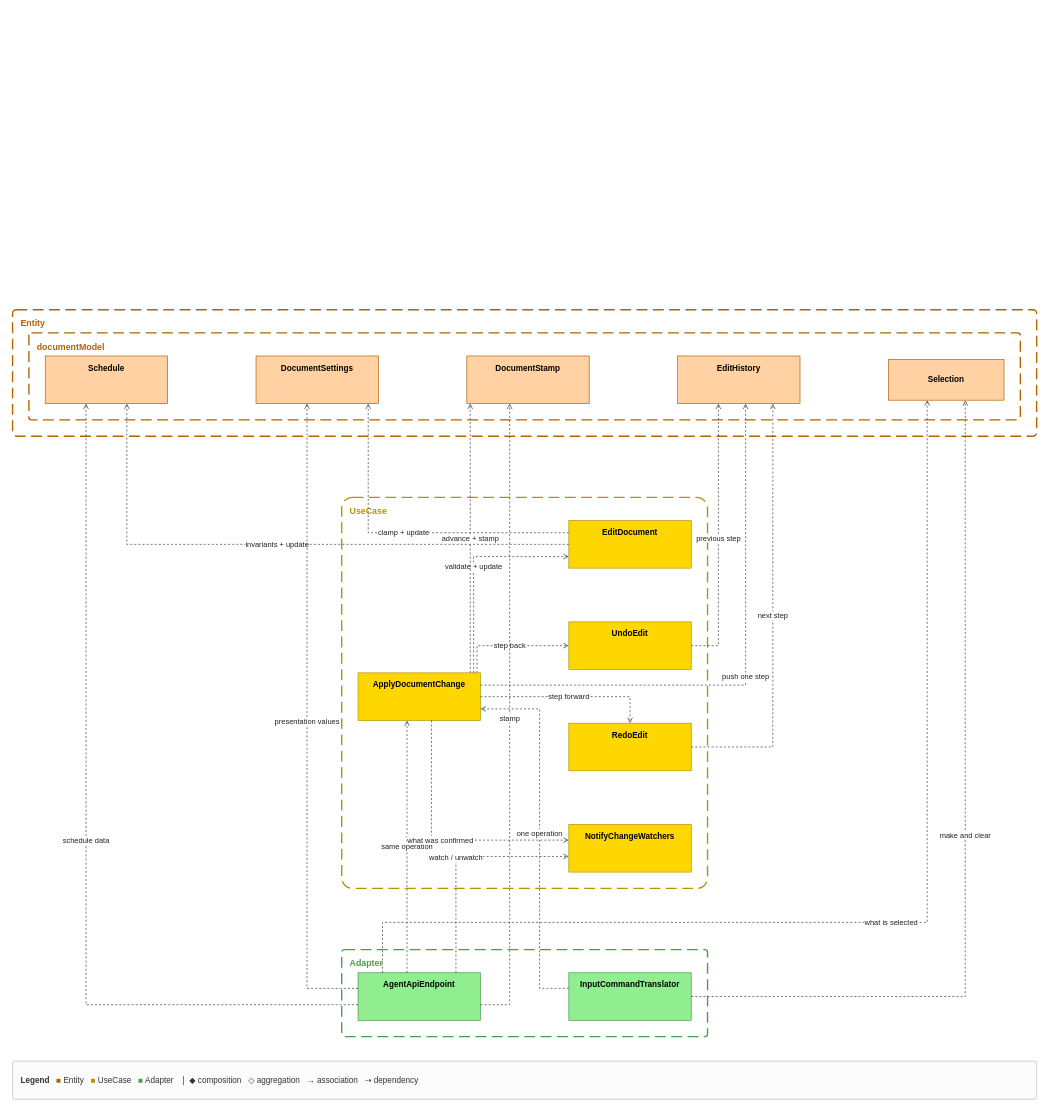
The draw.io diagram docs/spec/_assets/source/view-write.drawio in GoodRelax/gr-scheduler, before the edit. Source tidied: cells renumbered, new cells numbered last; positions are measured from the earlier drawing's top-left corner, leaving out a move shared by most shapes. Both pictures are drawn from the tidied source at 68%, with x=0, y=0 at pixel (12, 309).
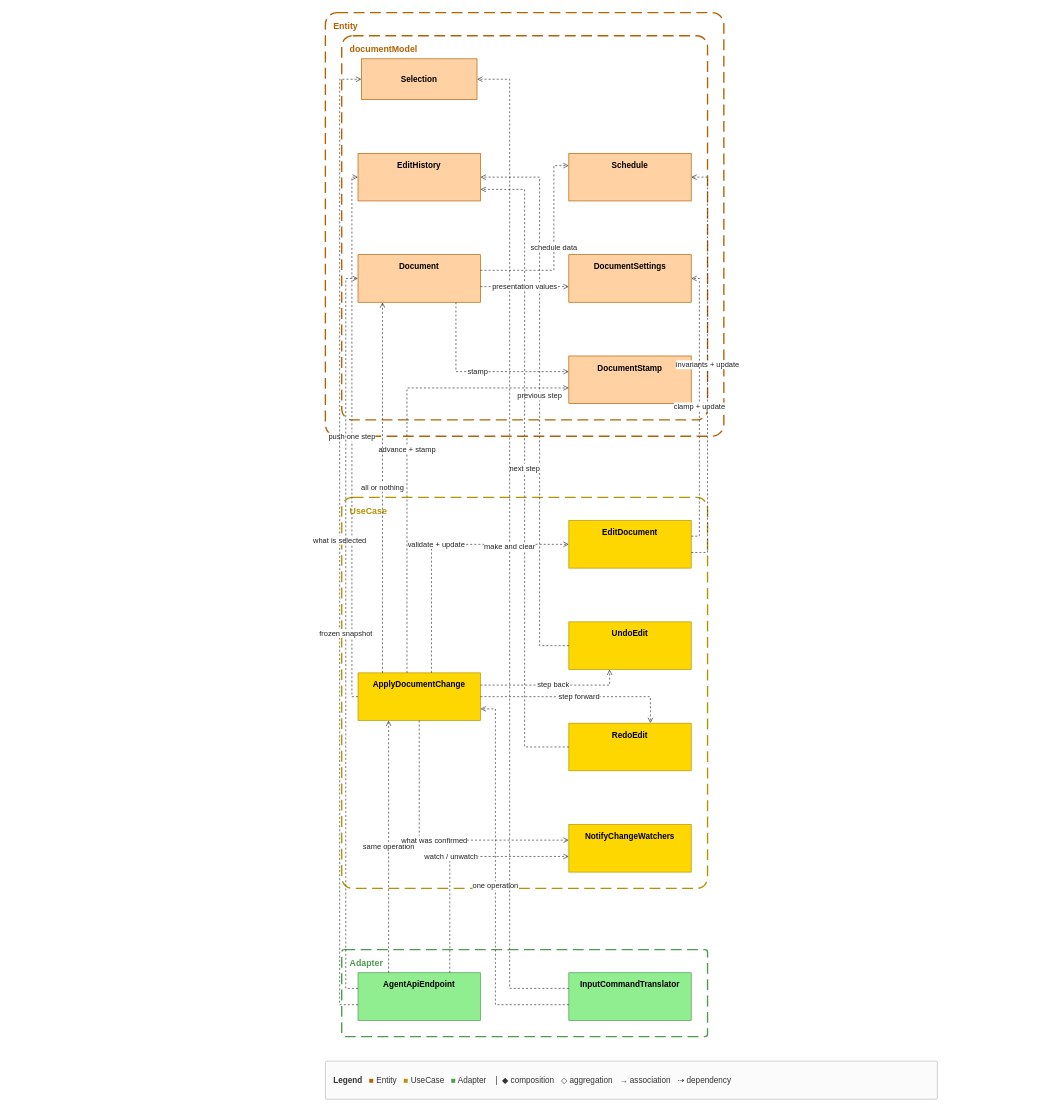
The same diagram, later.

Unchanged cells that the change refers to:
```xml
<mxCell id="6" value="&lt;b&gt;AgentApiEndpoint&lt;/b&gt;" style="rounded=0;whiteSpace=wrap;html=1;verticalAlign=top;spacingTop=4;fillColor=#90EE90;strokeColor=#4E9A4E;" parent="1" vertex="1">
  <mxGeometry x="508" y="975" width="180" height="70" as="geometry" />
</mxCell>
<mxCell id="7" value="&lt;b&gt;InputCommandTranslator&lt;/b&gt;" style="rounded=0;whiteSpace=wrap;html=1;verticalAlign=top;spacingTop=4;fillColor=#90EE90;strokeColor=#4E9A4E;" parent="1" vertex="1">
  <mxGeometry x="818" y="975" width="180" height="70" as="geometry" />
</mxCell>
<mxCell id="8" value="&lt;b&gt;ApplyDocumentChange&lt;/b&gt;" style="rounded=0;whiteSpace=wrap;html=1;verticalAlign=top;spacingTop=4;fillColor=#FFD700;strokeColor=#B39400;" parent="1" vertex="1">
  <mxGeometry x="508" y="534" width="180" height="70" as="geometry" />
</mxCell>
<mxCell id="9" value="&lt;b&gt;EditDocument&lt;/b&gt;" style="rounded=0;whiteSpace=wrap;html=1;verticalAlign=top;spacingTop=4;fillColor=#FFD700;strokeColor=#B39400;" parent="1" vertex="1">
  <mxGeometry x="818" y="310" width="180" height="70" as="geometry" />
</mxCell>
<mxCell id="10" value="&lt;b&gt;UndoEdit&lt;/b&gt;" style="rounded=0;whiteSpace=wrap;html=1;verticalAlign=top;spacingTop=4;fillColor=#FFD700;strokeColor=#B39400;" parent="1" vertex="1">
  <mxGeometry x="818" y="459" width="180" height="70" as="geometry" />
</mxCell>
<mxCell id="11" value="&lt;b&gt;RedoEdit&lt;/b&gt;" style="rounded=0;whiteSpace=wrap;html=1;verticalAlign=top;spacingTop=4;fillColor=#FFD700;strokeColor=#B39400;" parent="1" vertex="1">
  <mxGeometry x="818" y="608" width="180" height="70" as="geometry" />
</mxCell>
<mxCell id="12" value="&lt;b&gt;NotifyChangeWatchers&lt;/b&gt;" style="rounded=0;whiteSpace=wrap;html=1;verticalAlign=top;spacingTop=4;fillColor=#FFD700;strokeColor=#B39400;" parent="1" vertex="1">
  <mxGeometry x="818" y="757" width="180" height="70" as="geometry" />
</mxCell>
```

The edit, as a diff of the source:
```diff
@@
     <mxCell id="2" value="Entity" style="rounded=1;arcSize=3;fillColor=none;strokeColor=#B36200;dashed=1;dashPattern=8 4;strokeWidth=2;verticalAlign=top;align=left;spacingLeft=10;spacingTop=6;fontStyle=1;fontColor=#B36200;fontSize=13;html=1;" parent="1" vertex="1">
-      <mxGeometry width="1506" height="186" as="geometry" />
+      <mxGeometry x="460" y="-437" width="586" height="623" as="geometry" />
     </mxCell>
     <mxCell id="3" value="documentModel" style="rounded=1;arcSize=3;fillColor=none;strokeColor=#B36200;dashed=1;dashPattern=8 4;strokeWidth=2;verticalAlign=top;align=left;spacingLeft=10;spacingTop=6;fontStyle=1;fontColor=#B36200;fontSize=13;html=1;" parent="1" vertex="1">
-      <mxGeometry x="24" y="34" width="1458" height="128" as="geometry" />
+      <mxGeometry x="484" y="-403" width="538" height="565" as="geometry" />
     </mxCell>
@@
+    <mxCell id="37" value="&lt;b&gt;Document&lt;/b&gt;" style="rounded=0;whiteSpace=wrap;html=1;verticalAlign=top;spacingTop=4;fillColor=#FFD1A3;strokeColor=#B36200;" parent="1" vertex="1">
+      <mxGeometry x="508" y="-81" width="180" height="70" as="geometry" />
+    </mxCell>
     <mxCell id="13" value="&lt;b&gt;Schedule&lt;/b&gt;" style="rounded=0;whiteSpace=wrap;html=1;verticalAlign=top;spacingTop=4;fillColor=#FFD1A3;strokeColor=#B36200;" parent="1" vertex="1">
-      <mxGeometry x="48" y="68" width="180" height="70" as="geometry" />
+      <mxGeometry x="818" y="-230" width="180" height="70" as="geometry" />
     </mxCell>
     <mxCell id="14" value="&lt;b&gt;DocumentSettings&lt;/b&gt;" style="rounded=0;whiteSpace=wrap;html=1;verticalAlign=top;spacingTop=4;fillColor=#FFD1A3;strokeColor=#B36200;" parent="1" vertex="1">
-      <mxGeometry x="358" y="68" width="180" height="70" as="geometry" />
+      <mxGeometry x="818" y="-81" width="180" height="70" as="geometry" />
     </mxCell>
     <mxCell id="15" value="&lt;b&gt;DocumentStamp&lt;/b&gt;" style="rounded=0;whiteSpace=wrap;html=1;verticalAlign=top;spacingTop=4;fillColor=#FFD1A3;strokeColor=#B36200;" parent="1" vertex="1">
-      <mxGeometry x="668" y="68" width="180" height="70" as="geometry" />
+      <mxGeometry x="818" y="68" width="180" height="70" as="geometry" />
     </mxCell>
     <mxCell id="16" value="&lt;b&gt;EditHistory&lt;/b&gt;" style="rounded=0;whiteSpace=wrap;html=1;verticalAlign=top;spacingTop=4;fillColor=#FFD1A3;strokeColor=#B36200;" parent="1" vertex="1">
-      <mxGeometry x="978" y="68" width="180" height="70" as="geometry" />
+      <mxGeometry x="508" y="-230" width="180" height="70" as="geometry" />
     </mxCell>
     <mxCell id="17" value="&lt;b&gt;Selection&lt;/b&gt;" style="rounded=0;whiteSpace=wrap;html=1;fillColor=#FFD1A3;strokeColor=#B36200;" parent="1" vertex="1">
-      <mxGeometry x="1288" y="73" width="170" height="60" as="geometry" />
+      <mxGeometry x="513" y="-369" width="170" height="60" as="geometry" />
     </mxCell>
     <mxCell id="18" value="one operation" style="edgeStyle=orthogonalEdgeStyle;rounded=0;html=1;strokeColor=#3A3A3A;fontSize=11;fontColor=#222222;labelBackgroundColor=#FFFFFF;endArrow=open;dashed=1;" parent="1" edge="1" source="7" target="8">
       <mxGeometry relative="1" as="geometry">
         <Array as="points">
-          <mxPoint x="794" y="998" />
-          <mxPoint x="775" y="998" />
-          <mxPoint x="775" y="998" />
-          <mxPoint x="775" y="998" />
-          <mxPoint x="775" y="587" />
-          <mxPoint x="775" y="587" />
-          <mxPoint x="775" y="587" />
-          <mxPoint x="732" y="587" />
+          <mxPoint x="765" y="1022" />
+          <mxPoint x="710" y="1022" />
+          <mxPoint x="710" y="1022" />
+          <mxPoint x="710" y="1022" />
+          <mxPoint x="710" y="587" />
+          <mxPoint x="710" y="587" />
+          <mxPoint x="710" y="587" />
+          <mxPoint x="701" y="587" />
         </Array>
       </mxGeometry>
     </mxCell>
     <mxCell id="19" value="same operation" style="edgeStyle=orthogonalEdgeStyle;rounded=0;html=1;strokeColor=#3A3A3A;fontSize=11;fontColor=#222222;labelBackgroundColor=#FFFFFF;endArrow=open;dashed=1;" parent="1" edge="1" source="6" target="8">
       <mxGeometry relative="1" as="geometry">
         <Array as="points">
-          <mxPoint x="580" y="892" />
-          <mxPoint x="580" y="687" />
+          <mxPoint x="553" y="892" />
+          <mxPoint x="553" y="687" />
         </Array>
       </mxGeometry>
     </mxCell>
     <mxCell id="20" value="watch / unwatch" style="edgeStyle=orthogonalEdgeStyle;rounded=0;html=1;strokeColor=#3A3A3A;fontSize=11;fontColor=#222222;labelBackgroundColor=#FFFFFF;endArrow=open;dashed=1;" parent="1" edge="1" source="6" target="12">
       <mxGeometry relative="1" as="geometry">
         <Array as="points">
-          <mxPoint x="652" y="916" />
-          <mxPoint x="652" y="804" />
-          <mxPoint x="652" y="804" />
-          <mxPoint x="652" y="804" />
-          <mxPoint x="744" y="804" />
+          <mxPoint x="643" y="916" />
+          <mxPoint x="643" y="804" />
+          <mxPoint x="643" y="804" />
+          <mxPoint x="643" y="804" />
+          <mxPoint x="741" y="804" />
         </Array>
       </mxGeometry>
     </mxCell>
     <mxCell id="21" value="validate + update" style="edgeStyle=orthogonalEdgeStyle;rounded=0;html=1;strokeColor=#3A3A3A;fontSize=11;fontColor=#222222;labelBackgroundColor=#FFFFFF;endArrow=open;dashed=1;" parent="1" edge="1" source="8" target="9">
       <mxGeometry relative="1" as="geometry">
         <Array as="points">
-          <mxPoint x="678" y="475" />
-          <mxPoint x="678" y="363" />
-          <mxPoint x="678" y="363" />
-          <mxPoint x="678" y="363" />
-          <mxPoint x="753" y="363" />
+          <mxPoint x="616" y="470" />
+          <mxPoint x="616" y="345" />
+          <mxPoint x="616" y="345" />
+          <mxPoint x="616" y="345" />
+          <mxPoint x="732" y="345" />
         </Array>
       </mxGeometry>
     </mxCell>
     <mxCell id="22" value="step back" style="edgeStyle=orthogonalEdgeStyle;rounded=0;html=1;strokeColor=#3A3A3A;fontSize=11;fontColor=#222222;labelBackgroundColor=#FFFFFF;endArrow=open;dashed=1;" parent="1" edge="1" source="8" target="10">
       <mxGeometry relative="1" as="geometry">
         <Array as="points">
-          <mxPoint x="683" y="514" />
-          <mxPoint x="683" y="494" />
-          <mxPoint x="683" y="494" />
-          <mxPoint x="683" y="494" />
-          <mxPoint x="755" y="494" />
+          <mxPoint x="770" y="552" />
+          <mxPoint x="878" y="552" />
+          <mxPoint x="878" y="552" />
+          <mxPoint x="878" y="552" />
+          <mxPoint x="878" y="541" />
         </Array>
       </mxGeometry>
     </mxCell>
     <mxCell id="23" value="step forward" style="edgeStyle=orthogonalEdgeStyle;rounded=0;html=1;strokeColor=#3A3A3A;fontSize=11;fontColor=#222222;labelBackgroundColor=#FFFFFF;endArrow=open;dashed=1;" parent="1" edge="1" source="8" target="11">
       <mxGeometry relative="1" as="geometry">
         <Array as="points">
-          <mxPoint x="780" y="569" />
-          <mxPoint x="908" y="569" />
-          <mxPoint x="908" y="569" />
-          <mxPoint x="908" y="569" />
-          <mxPoint x="908" y="589" />
+          <mxPoint x="789" y="569" />
+          <mxPoint x="938" y="569" />
+          <mxPoint x="938" y="569" />
+          <mxPoint x="938" y="569" />
+          <mxPoint x="938" y="589" />
         </Array>
       </mxGeometry>
     </mxCell>
     <mxCell id="24" value="what was confirmed" style="edgeStyle=orthogonalEdgeStyle;rounded=0;html=1;strokeColor=#3A3A3A;fontSize=11;fontColor=#222222;labelBackgroundColor=#FFFFFF;endArrow=open;dashed=1;" parent="1" edge="1" source="8" target="12">
       <mxGeometry relative="1" as="geometry">
         <Array as="points">
-          <mxPoint x="616" y="664" />
-          <mxPoint x="616" y="780" />
-          <mxPoint x="616" y="780" />
-          <mxPoint x="616" y="780" />
-          <mxPoint x="732" y="780" />
+          <mxPoint x="598" y="664" />
+          <mxPoint x="598" y="780" />
+          <mxPoint x="598" y="780" />
+          <mxPoint x="598" y="780" />
+          <mxPoint x="726" y="780" />
         </Array>
       </mxGeometry>
     </mxCell>
     <mxCell id="25" value="advance + stamp" style="edgeStyle=orthogonalEdgeStyle;rounded=0;html=1;strokeColor=#3A3A3A;fontSize=11;fontColor=#222222;labelBackgroundColor=#FFFFFF;endArrow=open;dashed=1;" parent="1" edge="1" source="8" target="15">
       <mxGeometry relative="1" as="geometry">
         <Array as="points">
-          <mxPoint x="673" y="447" />
-          <mxPoint x="673" y="225" />
+          <mxPoint x="580" y="427" />
+          <mxPoint x="580" y="115" />
+          <mxPoint x="580" y="115" />
+          <mxPoint x="580" y="115" />
+          <mxPoint x="720" y="115" />
         </Array>
       </mxGeometry>
     </mxCell>
     <mxCell id="26" value="push one step" style="edgeStyle=orthogonalEdgeStyle;rounded=0;html=1;strokeColor=#3A3A3A;fontSize=11;fontColor=#222222;labelBackgroundColor=#FFFFFF;endArrow=open;dashed=1;" parent="1" edge="1" source="8" target="16">
       <mxGeometry relative="1" as="geometry">
         <Array as="points">
-          <mxPoint x="827" y="552" />
-          <mxPoint x="1078" y="552" />
-          <mxPoint x="1078" y="552" />
-          <mxPoint x="1078" y="552" />
-          <mxPoint x="1078" y="244" />
+          <mxPoint x="502" y="569" />
+          <mxPoint x="499" y="569" />
+          <mxPoint x="499" y="569" />
+          <mxPoint x="499" y="569" />
+          <mxPoint x="499" y="-195" />
+          <mxPoint x="499" y="-195" />
+          <mxPoint x="499" y="-195" />
+          <mxPoint x="502" y="-195" />
         </Array>
       </mxGeometry>
     </mxCell>
     <mxCell id="27" value="previous step" style="edgeStyle=orthogonalEdgeStyle;rounded=0;html=1;strokeColor=#3A3A3A;fontSize=11;fontColor=#222222;labelBackgroundColor=#FFFFFF;endArrow=open;dashed=1;" parent="1" edge="1" source="10" target="16">
       <mxGeometry relative="1" as="geometry">
         <Array as="points">
-          <mxPoint x="1020" y="494" />
-          <mxPoint x="1038" y="494" />
-          <mxPoint x="1038" y="494" />
-          <mxPoint x="1038" y="494" />
-          <mxPoint x="1038" y="235" />
+          <mxPoint x="794" y="494" />
+          <mxPoint x="775" y="494" />
+          <mxPoint x="775" y="494" />
+          <mxPoint x="775" y="494" />
+          <mxPoint x="775" y="-195" />
+          <mxPoint x="775" y="-195" />
+          <mxPoint x="775" y="-195" />
+          <mxPoint x="732" y="-195" />
         </Array>
       </mxGeometry>
     </mxCell>
     <mxCell id="28" value="next step" style="edgeStyle=orthogonalEdgeStyle;rounded=0;html=1;strokeColor=#3A3A3A;fontSize=11;fontColor=#222222;labelBackgroundColor=#FFFFFF;endArrow=open;dashed=1;" parent="1" edge="1" source="11" target="16">
       <mxGeometry relative="1" as="geometry">
         <Array as="points">
-          <mxPoint x="1055" y="643" />
-          <mxPoint x="1118" y="643" />
-          <mxPoint x="1118" y="643" />
-          <mxPoint x="1118" y="643" />
-          <mxPoint x="1118" y="259" />
+          <mxPoint x="784" y="643" />
+          <mxPoint x="753" y="643" />
+          <mxPoint x="753" y="643" />
+          <mxPoint x="753" y="643" />
+          <mxPoint x="753" y="-177" />
+          <mxPoint x="753" y="-177" />
+          <mxPoint x="753" y="-177" />
+          <mxPoint x="722" y="-177" />
         </Array>
       </mxGeometry>
     </mxCell>
     <mxCell id="29" value="invariants + update" style="edgeStyle=orthogonalEdgeStyle;rounded=0;html=1;strokeColor=#3A3A3A;fontSize=11;fontColor=#222222;labelBackgroundColor=#FFFFFF;endArrow=open;dashed=1;" parent="1" edge="1" source="9" target="13">
       <mxGeometry relative="1" as="geometry">
         <Array as="points">
-          <mxPoint x="620" y="345" />
-          <mxPoint x="168" y="345" />
-          <mxPoint x="168" y="345" />
-          <mxPoint x="168" y="345" />
-          <mxPoint x="168" y="206" />
+          <mxPoint x="1012" y="357" />
+          <mxPoint x="1022" y="357" />
+          <mxPoint x="1022" y="357" />
+          <mxPoint x="1022" y="357" />
+          <mxPoint x="1022" y="-195" />
+          <mxPoint x="1022" y="-195" />
+          <mxPoint x="1022" y="-195" />
+          <mxPoint x="1012" y="-195" />
         </Array>
       </mxGeometry>
     </mxCell>
     <mxCell id="30" value="clamp + update" style="edgeStyle=orthogonalEdgeStyle;rounded=0;html=1;strokeColor=#3A3A3A;fontSize=11;fontColor=#222222;labelBackgroundColor=#FFFFFF;endArrow=open;dashed=1;" parent="1" edge="1" source="9" target="14">
       <mxGeometry relative="1" as="geometry">
         <Array as="points">
-          <mxPoint x="704" y="328" />
-          <mxPoint x="523" y="328" />
-          <mxPoint x="523" y="328" />
-          <mxPoint x="523" y="328" />
-          <mxPoint x="523" y="201" />
+          <mxPoint x="1005" y="333" />
+          <mxPoint x="1010" y="333" />
+          <mxPoint x="1010" y="333" />
+          <mxPoint x="1010" y="333" />
+          <mxPoint x="1010" y="-46" />
+          <mxPoint x="1010" y="-46" />
+          <mxPoint x="1010" y="-46" />
+          <mxPoint x="1005" y="-46" />
         </Array>
       </mxGeometry>
     </mxCell>
-    <mxCell id="31" value="schedule data" style="edgeStyle=orthogonalEdgeStyle;rounded=0;html=1;strokeColor=#3A3A3A;fontSize=11;fontColor=#222222;labelBackgroundColor=#FFFFFF;endArrow=open;dashed=1;" parent="1" edge="1" source="6" target="13">
+    <mxCell id="31" value="what is selected" style="edgeStyle=orthogonalEdgeStyle;rounded=0;html=1;strokeColor=#3A3A3A;fontSize=11;fontColor=#222222;labelBackgroundColor=#FFFFFF;endArrow=open;dashed=1;" parent="1" edge="1" source="6" target="17">
       <mxGeometry relative="1" as="geometry">
         <Array as="points">
-          <mxPoint x="366" y="1022" />
-          <mxPoint x="108" y="1022" />
-          <mxPoint x="108" y="1022" />
-          <mxPoint x="108" y="1022" />
-          <mxPoint x="108" y="307" />
+          <mxPoint x="492" y="1022" />
+          <mxPoint x="481" y="1022" />
+          <mxPoint x="481" y="1022" />
+          <mxPoint x="481" y="1022" />
+          <mxPoint x="481" y="-339" />
+          <mxPoint x="481" y="-339" />
+          <mxPoint x="481" y="-339" />
+          <mxPoint x="495" y="-339" />
         </Array>
       </mxGeometry>
     </mxCell>
-    <mxCell id="32" value="presentation values" style="edgeStyle=orthogonalEdgeStyle;rounded=0;html=1;strokeColor=#3A3A3A;fontSize=11;fontColor=#222222;labelBackgroundColor=#FFFFFF;endArrow=open;dashed=1;" parent="1" edge="1" source="6" target="14">
+    <mxCell id="32" value="make and clear" style="edgeStyle=orthogonalEdgeStyle;rounded=0;html=1;strokeColor=#3A3A3A;fontSize=11;fontColor=#222222;labelBackgroundColor=#FFFFFF;endArrow=open;dashed=1;" parent="1" edge="1" source="7" target="17">
       <mxGeometry relative="1" as="geometry">
         <Array as="points">
-          <mxPoint x="469" y="998" />
-          <mxPoint x="433" y="998" />
-          <mxPoint x="433" y="998" />
-          <mxPoint x="433" y="998" />
-          <mxPoint x="433" y="304" />
+          <mxPoint x="774" y="998" />
+          <mxPoint x="731" y="998" />
+          <mxPoint x="731" y="998" />
+          <mxPoint x="731" y="998" />
+          <mxPoint x="731" y="-339" />
+          <mxPoint x="731" y="-339" />
+          <mxPoint x="731" y="-339" />
+          <mxPoint x="709" y="-339" />
         </Array>
       </mxGeometry>
     </mxCell>
-    <mxCell id="33" value="stamp" style="edgeStyle=orthogonalEdgeStyle;rounded=0;html=1;strokeColor=#3A3A3A;fontSize=11;fontColor=#222222;labelBackgroundColor=#FFFFFF;endArrow=open;dashed=1;" parent="1" edge="1" source="6" target="15">
+    <mxCell id="33" value="frozen snapshot" style="edgeStyle=orthogonalEdgeStyle;rounded=0;html=1;strokeColor=#3A3A3A;fontSize=11;fontColor=#222222;labelBackgroundColor=#FFFFFF;endArrow=open;dashed=1;" parent="1" edge="1" source="6" target="37">
       <mxGeometry relative="1" as="geometry">
         <Array as="points">
-          <mxPoint x="712" y="1022" />
-          <mxPoint x="731" y="1022" />
-          <mxPoint x="731" y="1022" />
-          <mxPoint x="731" y="1022" />
-          <mxPoint x="731" y="307" />
+          <mxPoint x="497" y="998" />
+          <mxPoint x="490" y="998" />
+          <mxPoint x="490" y="998" />
+          <mxPoint x="490" y="998" />
+          <mxPoint x="490" y="-46" />
+          <mxPoint x="490" y="-46" />
+          <mxPoint x="490" y="-46" />
+          <mxPoint x="497" y="-46" />
         </Array>
       </mxGeometry>
     </mxCell>
-    <mxCell id="34" value="what is selected" style="edgeStyle=orthogonalEdgeStyle;rounded=0;html=1;strokeColor=#3A3A3A;fontSize=11;fontColor=#222222;labelBackgroundColor=#FFFFFF;endArrow=open;dashed=1;" parent="1" edge="1" source="6" target="17">
+    <mxCell id="34" value="all or nothing" style="edgeStyle=orthogonalEdgeStyle;rounded=0;html=1;strokeColor=#3A3A3A;fontSize=11;fontColor=#222222;labelBackgroundColor=#FFFFFF;endArrow=open;dashed=1;" parent="1" edge="1" source="8" target="37">
       <mxGeometry relative="1" as="geometry">
         <Array as="points">
-          <mxPoint x="544" y="943" />
-          <mxPoint x="544" y="901" />
-          <mxPoint x="544" y="901" />
-          <mxPoint x="544" y="901" />
-          <mxPoint x="1345" y="901" />
-          <mxPoint x="1345" y="901" />
-          <mxPoint x="1345" y="901" />
-          <mxPoint x="1345" y="279" />
+          <mxPoint x="544" y="425" />
+          <mxPoint x="544" y="97" />
         </Array>
       </mxGeometry>
     </mxCell>
-    <mxCell id="35" value="make and clear" style="edgeStyle=orthogonalEdgeStyle;rounded=0;html=1;strokeColor=#3A3A3A;fontSize=11;fontColor=#222222;labelBackgroundColor=#FFFFFF;endArrow=open;dashed=1;" parent="1" edge="1" source="7" target="17">
+    <mxCell id="35" value="schedule data" style="edgeStyle=orthogonalEdgeStyle;rounded=0;html=1;strokeColor=#3A3A3A;fontSize=11;fontColor=#222222;labelBackgroundColor=#FFFFFF;endArrow=open;dashed=1;" parent="1" edge="1" source="37" target="13">
       <mxGeometry relative="1" as="geometry">
         <Array as="points">
-          <mxPoint x="1141" y="1010" />
-          <mxPoint x="1401" y="1010" />
-          <mxPoint x="1401" y="1010" />
-          <mxPoint x="1401" y="1010" />
-          <mxPoint x="1401" y="291" />
+          <mxPoint x="741" y="-58" />
+          <mxPoint x="796" y="-58" />
+          <mxPoint x="796" y="-58" />
+          <mxPoint x="796" y="-58" />
+          <mxPoint x="796" y="-212" />
+          <mxPoint x="796" y="-212" />
+          <mxPoint x="796" y="-212" />
+          <mxPoint x="805" y="-212" />
         </Array>
       </mxGeometry>
     </mxCell>
+    <mxCell id="38" value="presentation values" style="edgeStyle=orthogonalEdgeStyle;rounded=0;html=1;strokeColor=#3A3A3A;fontSize=11;fontColor=#222222;labelBackgroundColor=#FFFFFF;endArrow=open;dashed=1;" parent="1" edge="1" source="37" target="14">
+      <mxGeometry relative="1" as="geometry">
+        <Array as="points">
+          <mxPoint x="729" y="-34" />
+          <mxPoint x="777" y="-34" />
+        </Array>
+      </mxGeometry>
+    </mxCell>
+    <mxCell id="39" value="stamp" style="edgeStyle=orthogonalEdgeStyle;rounded=0;html=1;strokeColor=#3A3A3A;fontSize=11;fontColor=#222222;labelBackgroundColor=#FFFFFF;endArrow=open;dashed=1;" parent="1" edge="1" source="37" target="15">
+      <mxGeometry relative="1" as="geometry">
+        <Array as="points">
+          <mxPoint x="652" y="30" />
+          <mxPoint x="652" y="91" />
+          <mxPoint x="652" y="91" />
+          <mxPoint x="652" y="91" />
+          <mxPoint x="744" y="91" />
+        </Array>
+      </mxGeometry>
+    </mxCell>
     <mxCell id="36" value="&lt;b&gt;Legend&lt;/b&gt; &amp;nbsp; &lt;font color='#B36200'&gt;&amp;#9632;&lt;/font&gt; Entity &amp;nbsp; &lt;font color='#B39400'&gt;&amp;#9632;&lt;/font&gt; UseCase &amp;nbsp; &lt;font color='#4E9A4E'&gt;&amp;#9632;&lt;/font&gt; Adapter &amp;nbsp; &amp;nbsp;|&amp;nbsp; &amp;#9670; composition &amp;nbsp; &amp;#9671; aggregation &amp;nbsp; &amp;#8594; association &amp;nbsp; &amp;#8674; dependency" style="rounded=1;arcSize=4;whiteSpace=wrap;html=1;fillColor=#FBFBFB;strokeColor=#BBBBBB;align=left;verticalAlign=middle;spacingLeft=10;spacingRight=10;fontSize=12;fontColor=#333333;" parent="1" vertex="1">
-      <mxGeometry y="1105" width="1506" height="56" as="geometry" />
+      <mxGeometry x="460" y="1105" width="900" height="56" as="geometry" />
     </mxCell>
```
